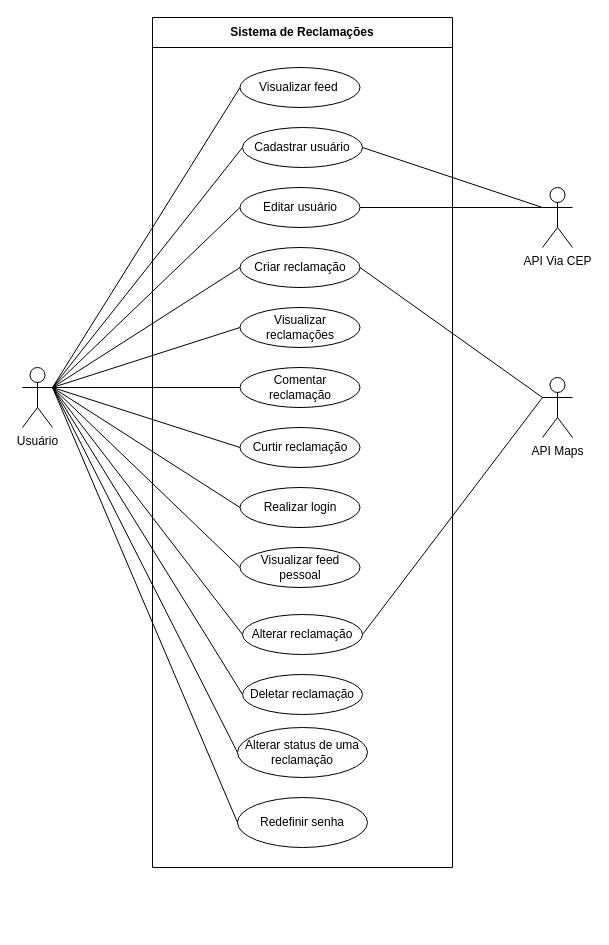
This is Documentação/Diagramas/Diagrama de Caso de Uso.drawio from frsouzaa/Documentacao-TCC-NossaVia, a draw.io file, before an edit. Source tidied: cells renumbered, new cells numbered last; positions are measured from the earlier drawing's top-left corner, leaving out a move shared by most shapes. Both pictures are drawn from the tidied source at 100%, with x=0, y=0 at pixel (22, 17).
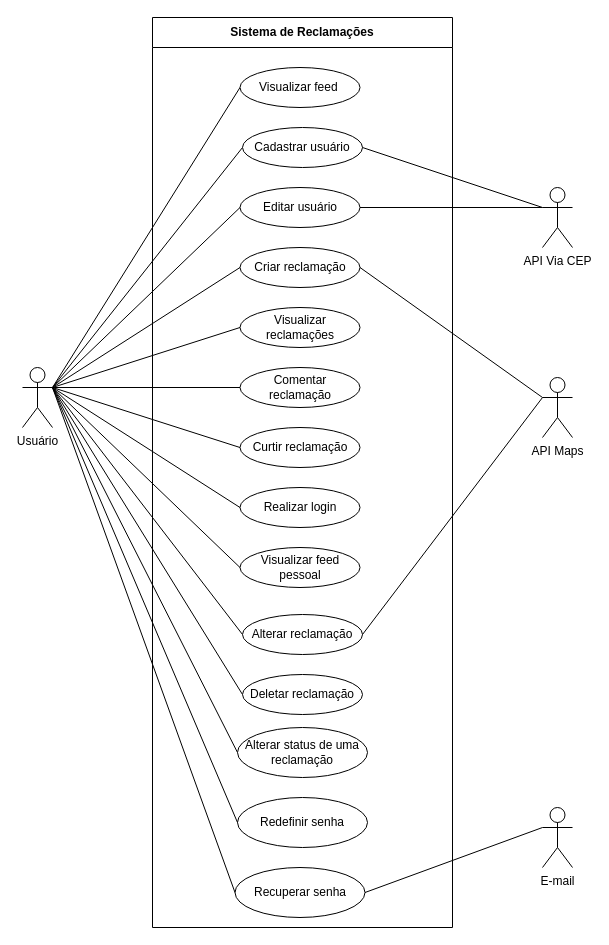
Above is the later version.

Commit message:
Actualizar Diagrama de Caso de Uso adicionando email

The change refers to these unchanged cells:
```xml
<mxCell id="3" value="Usuário" style="shape=umlActor;verticalLabelPosition=bottom;verticalAlign=top;html=1;outlineConnect=0;" parent="1" vertex="1">
  <mxGeometry y="350" width="30" height="60" as="geometry" />
</mxCell>
```

Diff of the diagram source:
```diff
@@
     <mxCell id="14" value="Sistema de Reclamações" style="swimlane;whiteSpace=wrap;html=1;startSize=30;" parent="1" vertex="1">
-      <mxGeometry x="130" width="300" height="850" as="geometry" />
+      <mxGeometry x="130" width="300" height="910" as="geometry" />
     </mxCell>
@@
+    <mxCell id="37" value="Recuperar senha" style="ellipse;whiteSpace=wrap;html=1;align=center;" parent="14" vertex="1">
+      <mxGeometry x="82.5" y="850" width="130" height="50" as="geometry" />
+    </mxCell>
@@
+    <mxCell id="38" style="edgeStyle=none;jettySize=auto;html=1;rounded=0;entryX=1;entryY=0.3333333333333333;entryDx=0;entryDy=0;entryPerimeter=0;exitX=0;exitY=0.5;exitDx=0;exitDy=0;endArrow=none;endFill=0;" parent="1" edge="1" source="37" target="3">
+      <mxGeometry relative="1" as="geometry" />
+    </mxCell>
+    <mxCell id="39" value="E-mail" style="shape=umlActor;verticalLabelPosition=bottom;verticalAlign=top;html=1;outlineConnect=0;" parent="1" vertex="1">
+      <mxGeometry x="520" y="790" width="30" height="60" as="geometry" />
+    </mxCell>
+    <mxCell id="40" style="rounded=0;jettySize=auto;html=1;exitX=1;exitY=0.5;exitDx=0;exitDy=0;entryX=0;entryY=0.3333333333333333;entryDx=0;entryDy=0;entryPerimeter=0;endArrow=none;endFill=0;" parent="1" edge="1" source="37" target="39">
+      <mxGeometry relative="1" as="geometry" />
+    </mxCell>
```
